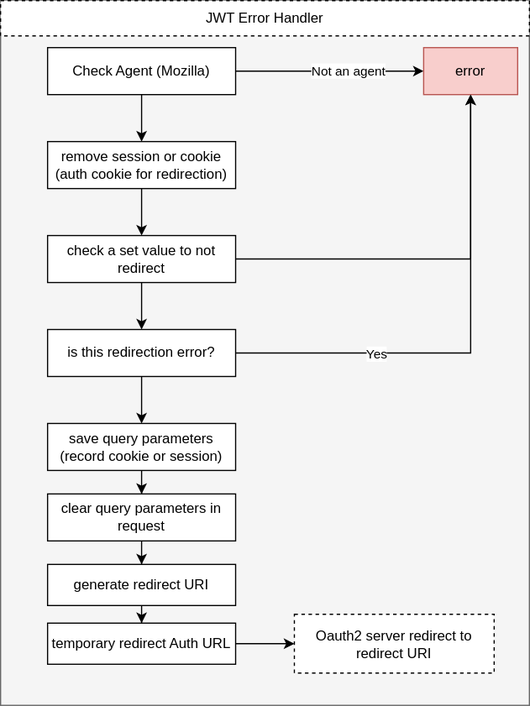
Earlier version of the draw.io export docs/redirection-flow.svg (worldline-go/auth). Source tidied: cells renumbered, new cells last; positions are measured from the earlier drawing's top-left corner, leaving out a move shared by most shapes.
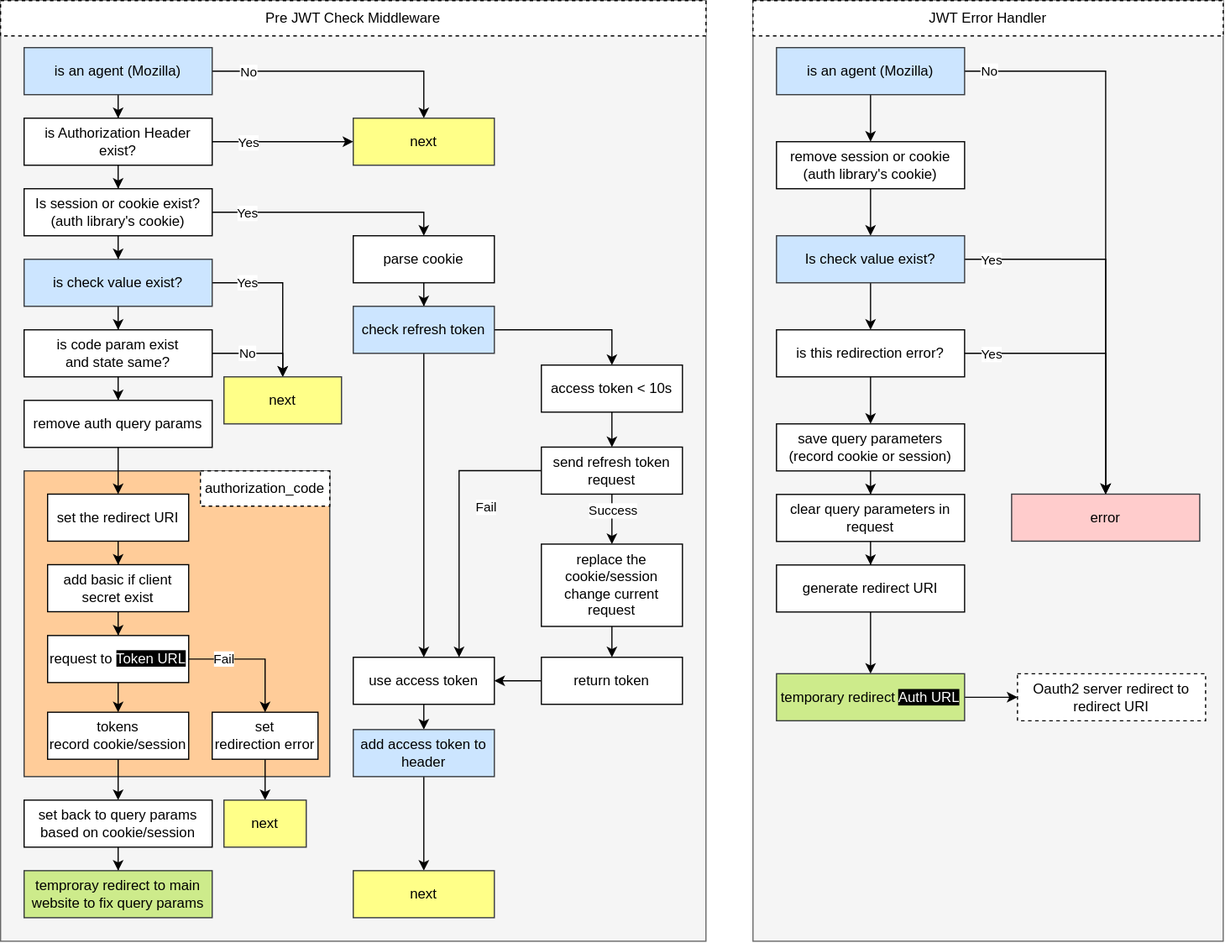
After the change.

Commit message:
chore: updated flow diagram

Diff of the diagram source:
```diff
@@ -2,45 +2,64 @@
   <root>
     <mxCell id="0" />
     <mxCell id="1" parent="0" />
+    <mxCell id="27" style="rounded=0;whiteSpace=wrap;html=1;fillColor=#f5f5f5;fontColor=#333333;strokeColor=#666666;" parent="1" vertex="1">
+      <mxGeometry x="-620" width="600" height="800" as="geometry" />
+    </mxCell>
+    <mxCell id="28" style="rounded=0;whiteSpace=wrap;html=1;fillColor=#ffcc99;strokeColor=#36393d;" parent="1" vertex="1">
+      <mxGeometry x="-600" y="400" width="260" height="260" as="geometry" />
+    </mxCell>
     <mxCell id="2" style="rounded=0;whiteSpace=wrap;html=1;fillColor=#f5f5f5;fontColor=#333333;strokeColor=#666666;" parent="1" vertex="1">
-      <mxGeometry width="450" height="600" as="geometry" />
+      <mxGeometry x="20" width="400" height="800" as="geometry" />
     </mxCell>
-    <mxCell id="3" style="edgeStyle=orthogonalEdgeStyle;rounded=0;jettySize=auto;html=1;entryX=0;entryY=0.5;entryDx=0;entryDy=0;" parent="1" edge="1" source="6" target="7">
+    <mxCell id="3" style="edgeStyle=orthogonalEdgeStyle;rounded=0;jettySize=auto;html=1;entryX=0.5;entryY=0;entryDx=0;entryDy=0;" parent="1" edge="1" source="6" target="7">
       <mxGeometry relative="1" as="geometry" />
     </mxCell>
-    <mxCell id="4" value="Not an agent" style="edgeLabel;html=1;align=center;verticalAlign=middle;" parent="3" vertex="1">
-      <mxGeometry x="0.19" y="1" relative="1" as="geometry" />
-    </mxCell>
+    <mxCell id="29" value="No" style="edgeLabel;html=1;align=center;verticalAlign=middle;" parent="3" vertex="1">
+      <mxGeometry x="-0.1" y="3" relative="1" as="geometry">
+        <mxPoint x="-103" y="-97" as="offset" />
+      </mxGeometry>
+    </mxCell>
     <mxCell id="5" style="edgeStyle=orthogonalEdgeStyle;rounded=0;jettySize=auto;html=1;entryX=0.5;entryY=0;entryDx=0;entryDy=0;" parent="1" edge="1" source="6" target="9">
       <mxGeometry relative="1" as="geometry" />
     </mxCell>
-    <mxCell id="6" value="Check Agent (Mozilla)" style="rounded=0;whiteSpace=wrap;html=1;" parent="1" vertex="1">
+    <mxCell id="6" value="is an agent (Mozilla)" style="rounded=0;whiteSpace=wrap;html=1;fillColor=#cce5ff;strokeColor=#36393d;" parent="1" vertex="1">
       <mxGeometry x="40" y="40" width="160" height="40" as="geometry" />
     </mxCell>
-    <mxCell id="7" value="error" style="rounded=0;whiteSpace=wrap;html=1;fillColor=#f8cecc;strokeColor=#b85450;" parent="1" vertex="1">
-      <mxGeometry x="360" y="40" width="80" height="40" as="geometry" />
+    <mxCell id="7" value="error" style="rounded=0;whiteSpace=wrap;html=1;fillColor=#ffcccc;strokeColor=#36393d;" parent="1" vertex="1">
+      <mxGeometry x="240" y="419.8" width="160" height="40" as="geometry" />
     </mxCell>
     <mxCell id="8" style="edgeStyle=orthogonalEdgeStyle;rounded=0;jettySize=auto;html=1;entryX=0.5;entryY=0;entryDx=0;entryDy=0;" parent="1" edge="1" source="9" target="12">
       <mxGeometry relative="1" as="geometry" />
     </mxCell>
-    <mxCell id="9" value="remove session or cookie&lt;br&gt;(auth cookie for redirection)" style="rounded=0;whiteSpace=wrap;html=1;" parent="1" vertex="1">
+    <mxCell id="9" value="remove session or cookie&lt;br&gt;(auth library's cookie)" style="rounded=0;whiteSpace=wrap;html=1;" parent="1" vertex="1">
       <mxGeometry x="40" y="120" width="160" height="40" as="geometry" />
     </mxCell>
-    <mxCell id="10" style="edgeStyle=orthogonalEdgeStyle;rounded=0;jettySize=auto;html=1;entryX=0.5;entryY=1;entryDx=0;entryDy=0;" parent="1" edge="1" source="12" target="7">
+    <mxCell id="10" style="edgeStyle=orthogonalEdgeStyle;rounded=0;jettySize=auto;html=1;entryX=0.5;entryY=0;entryDx=0;entryDy=0;" parent="1" edge="1" source="12" target="7">
       <mxGeometry relative="1" as="geometry" />
     </mxCell>
+    <mxCell id="30" value="Yes" style="edgeLabel;html=1;align=center;verticalAlign=middle;" parent="10" vertex="1">
+      <mxGeometry x="-0.76" y="-3" relative="1" as="geometry">
+        <mxPoint x="-16" y="-3" as="offset" />
+      </mxGeometry>
+    </mxCell>
     <mxCell id="11" style="edgeStyle=orthogonalEdgeStyle;rounded=0;jettySize=auto;html=1;entryX=0.5;entryY=0;entryDx=0;entryDy=0;" parent="1" edge="1" source="12" target="16">
       <mxGeometry relative="1" as="geometry" />
     </mxCell>
-    <mxCell id="12" value="check a set value to not redirect" style="rounded=0;whiteSpace=wrap;html=1;" parent="1" vertex="1">
+    <mxCell id="12" value="Is check value exist?" style="rounded=0;whiteSpace=wrap;html=1;fillColor=#cce5ff;strokeColor=#36393d;" parent="1" vertex="1">
       <mxGeometry x="40" y="200" width="160" height="40" as="geometry" />
     </mxCell>
-    <mxCell id="13" style="edgeStyle=orthogonalEdgeStyle;rounded=0;jettySize=auto;html=1;entryX=0.5;entryY=1;entryDx=0;entryDy=0;" parent="1" edge="1" source="16" target="7">
-      <mxGeometry relative="1" as="geometry" />
+    <mxCell id="13" style="edgeStyle=orthogonalEdgeStyle;rounded=0;jettySize=auto;html=1;entryX=0.5;entryY=0;entryDx=0;entryDy=0;" parent="1" edge="1" source="16" target="7">
+      <mxGeometry x="-0.52" relative="1" as="geometry">
+        <Array as="points">
+          <mxPoint x="320" y="300" />
+        </Array>
+      </mxGeometry>
     </mxCell>
-    <mxCell id="14" value="Yes" style="edgeLabel;html=1;align=center;verticalAlign=middle;" parent="13" vertex="1">
-      <mxGeometry x="-0.43" relative="1" as="geometry" />
-    </mxCell>
+    <mxCell id="31" value="Yes" style="edgeLabel;html=1;align=center;verticalAlign=middle;" parent="13" vertex="1">
+      <mxGeometry x="-0.63" y="-3" relative="1" as="geometry">
+        <mxPoint x="-21" y="-3" as="offset" />
+      </mxGeometry>
+    </mxCell>
     <mxCell id="15" style="edgeStyle=orthogonalEdgeStyle;rounded=0;jettySize=auto;html=1;entryX=0.5;entryY=0;entryDx=0;entryDy=0;" parent="1" edge="1" source="16" target="18">
       <mxGeometry relative="1" as="geometry" />
     </mxCell>
@@ -63,19 +82,211 @@
       <mxGeometry relative="1" as="geometry" />
     </mxCell>
     <mxCell id="22" value="generate redirect URI" style="rounded=0;whiteSpace=wrap;html=1;" parent="1" vertex="1">
-      <mxGeometry x="40" y="480" width="160" height="35" as="geometry" />
+      <mxGeometry x="40" y="480" width="160" height="40" as="geometry" />
     </mxCell>
     <mxCell id="23" style="edgeStyle=orthogonalEdgeStyle;rounded=0;jettySize=auto;html=1;entryX=0;entryY=0.5;entryDx=0;entryDy=0;" parent="1" edge="1" source="24" target="26">
       <mxGeometry relative="1" as="geometry" />
     </mxCell>
-    <mxCell id="24" value="temporary redirect Auth URL" style="rounded=0;whiteSpace=wrap;html=1;" parent="1" vertex="1">
-      <mxGeometry x="40" y="530" width="160" height="35" as="geometry" />
+    <mxCell id="24" value="temporary redirect &lt;font style=&quot;background-color: rgb(0, 0, 0);&quot; color=&quot;#ffffff&quot;&gt;Auth URL&lt;/font&gt;" style="rounded=0;whiteSpace=wrap;html=1;fillColor=#cdeb8b;strokeColor=#36393d;" parent="1" vertex="1">
+      <mxGeometry x="40" y="572.5" width="160" height="40" as="geometry" />
     </mxCell>
     <mxCell id="25" value="JWT Error Handler" style="rounded=0;whiteSpace=wrap;html=1;dashed=1;" parent="1" vertex="1">
-      <mxGeometry width="450" height="30" as="geometry" />
+      <mxGeometry x="20" width="400" height="30" as="geometry" />
     </mxCell>
     <mxCell id="26" value="Oauth2 server redirect to redirect URI" style="rounded=0;whiteSpace=wrap;html=1;dashed=1;" parent="1" vertex="1">
-      <mxGeometry x="250" y="522.5" width="170" height="50" as="geometry" />
+      <mxGeometry x="245" y="572.5" width="160" height="40" as="geometry" />
     </mxCell>
+    <mxCell id="32" style="edgeStyle=orthogonalEdgeStyle;rounded=0;jettySize=auto;html=1;entryX=0.5;entryY=0;entryDx=0;entryDy=0;" parent="1" edge="1" source="35" target="40">
+      <mxGeometry relative="1" as="geometry" />
+    </mxCell>
+    <mxCell id="33" style="edgeStyle=orthogonalEdgeStyle;rounded=0;jettySize=auto;html=1;" parent="1" edge="1" source="35" target="36">
+      <mxGeometry relative="1" as="geometry" />
+    </mxCell>
+    <mxCell id="34" value="No" style="edgeLabel;html=1;align=center;verticalAlign=middle;" parent="33" vertex="1">
+      <mxGeometry x="-0.1" y="-2" relative="1" as="geometry">
+        <mxPoint x="-68" y="-2" as="offset" />
+      </mxGeometry>
+    </mxCell>
+    <mxCell id="35" value="is an agent (Mozilla)" style="rounded=0;whiteSpace=wrap;html=1;fillColor=#cce5ff;strokeColor=#36393d;" parent="1" vertex="1">
+      <mxGeometry x="-600" y="40" width="160" height="40" as="geometry" />
+    </mxCell>
+    <mxCell id="36" value="next" style="rounded=0;whiteSpace=wrap;html=1;fillColor=#ffff88;strokeColor=#36393d;" parent="1" vertex="1">
+      <mxGeometry x="-320" y="100" width="120" height="40" as="geometry" />
+    </mxCell>
+    <mxCell id="37" style="edgeStyle=orthogonalEdgeStyle;rounded=0;jettySize=auto;html=1;entryX=0.5;entryY=0;entryDx=0;entryDy=0;" parent="1" edge="1" source="40" target="44">
+      <mxGeometry relative="1" as="geometry" />
+    </mxCell>
+    <mxCell id="38" style="edgeStyle=orthogonalEdgeStyle;rounded=0;jettySize=auto;html=1;entryX=0;entryY=0.5;entryDx=0;entryDy=0;" parent="1" edge="1" source="40" target="36">
+      <mxGeometry relative="1" as="geometry" />
+    </mxCell>
+    <mxCell id="39" value="Yes" style="edgeLabel;html=1;align=center;verticalAlign=middle;" parent="38" vertex="1">
+      <mxGeometry x="-0.15" relative="1" as="geometry">
+        <mxPoint x="-21" as="offset" />
+      </mxGeometry>
+    </mxCell>
+    <mxCell id="40" value="is Authorization Header exist?" style="rounded=0;whiteSpace=wrap;html=1;" parent="1" vertex="1">
+      <mxGeometry x="-600" y="100" width="160" height="40" as="geometry" />
+    </mxCell>
+    <mxCell id="41" style="edgeStyle=orthogonalEdgeStyle;rounded=0;jettySize=auto;html=1;entryX=0.5;entryY=0;entryDx=0;entryDy=0;exitX=1;exitY=0.5;exitDx=0;exitDy=0;" parent="1" edge="1" source="44" target="46">
+      <mxGeometry relative="1" as="geometry" />
+    </mxCell>
+    <mxCell id="42" value="Yes" style="edgeLabel;html=1;align=center;verticalAlign=middle;" parent="41" vertex="1">
+      <mxGeometry x="-0.23" y="2" relative="1" as="geometry">
+        <mxPoint x="-48" y="2" as="offset" />
+      </mxGeometry>
+    </mxCell>
+    <mxCell id="43" style="edgeStyle=orthogonalEdgeStyle;rounded=0;jettySize=auto;html=1;entryX=0.5;entryY=0;entryDx=0;entryDy=0;" parent="1" edge="1" source="44" target="68">
+      <mxGeometry relative="1" as="geometry" />
+    </mxCell>
+    <mxCell id="44" value="Is session or cookie exist?&lt;br&gt;(auth library's cookie)" style="rounded=0;whiteSpace=wrap;html=1;" parent="1" vertex="1">
+      <mxGeometry x="-600" y="160" width="160" height="40" as="geometry" />
+    </mxCell>
+    <mxCell id="45" style="edgeStyle=orthogonalEdgeStyle;rounded=0;jettySize=auto;html=1;entryX=0.5;entryY=0;entryDx=0;entryDy=0;" parent="1" edge="1" source="46" target="49">
+      <mxGeometry relative="1" as="geometry" />
+    </mxCell>
+    <mxCell id="46" value="parse cookie" style="rounded=0;whiteSpace=wrap;html=1;" parent="1" vertex="1">
+      <mxGeometry x="-320" y="200" width="120" height="40" as="geometry" />
+    </mxCell>
+    <mxCell id="47" style="edgeStyle=orthogonalEdgeStyle;rounded=0;jettySize=auto;html=1;entryX=0.5;entryY=0;entryDx=0;entryDy=0;" parent="1" edge="1" source="49" target="51">
+      <mxGeometry relative="1" as="geometry" />
+    </mxCell>
+    <mxCell id="48" style="edgeStyle=orthogonalEdgeStyle;rounded=0;jettySize=auto;html=1;entryX=0.5;entryY=0;entryDx=0;entryDy=0;" parent="1" edge="1" source="49" target="62">
+      <mxGeometry relative="1" as="geometry" />
+    </mxCell>
+    <mxCell id="49" value="check refresh token" style="rounded=0;whiteSpace=wrap;html=1;fillColor=#cce5ff;strokeColor=#36393d;" parent="1" vertex="1">
+      <mxGeometry x="-320" y="260" width="120" height="40" as="geometry" />
+    </mxCell>
+    <mxCell id="50" style="edgeStyle=orthogonalEdgeStyle;rounded=0;jettySize=auto;html=1;entryX=0.5;entryY=0;entryDx=0;entryDy=0;" parent="1" edge="1" source="51" target="56">
+      <mxGeometry relative="1" as="geometry" />
+    </mxCell>
+    <mxCell id="51" value="access token &amp;lt; 10s" style="rounded=0;whiteSpace=wrap;html=1;" parent="1" vertex="1">
+      <mxGeometry x="-160" y="310" width="120" height="40" as="geometry" />
+    </mxCell>
+    <mxCell id="52" style="edgeStyle=orthogonalEdgeStyle;rounded=0;jettySize=auto;html=1;entryX=0.5;entryY=0;entryDx=0;entryDy=0;" parent="1" edge="1" source="56" target="58">
+      <mxGeometry relative="1" as="geometry" />
+    </mxCell>
+    <mxCell id="53" value="Success" style="edgeLabel;html=1;align=center;verticalAlign=middle;" parent="52" vertex="1">
+      <mxGeometry x="-0.33" relative="1" as="geometry" />
+    </mxCell>
+    <mxCell id="54" style="edgeStyle=orthogonalEdgeStyle;rounded=0;jettySize=auto;html=1;entryX=0.75;entryY=0;entryDx=0;entryDy=0;" parent="1" edge="1" source="56" target="62">
+      <mxGeometry relative="1" as="geometry" />
+    </mxCell>
+    <mxCell id="55" value="Fail" style="edgeLabel;html=1;align=center;verticalAlign=middle;" parent="54" vertex="1">
+      <mxGeometry x="-0.13" y="-1" relative="1" as="geometry">
+        <mxPoint x="23" y="1" as="offset" />
+      </mxGeometry>
+    </mxCell>
+    <mxCell id="56" value="send refresh token request" style="rounded=0;whiteSpace=wrap;html=1;" parent="1" vertex="1">
+      <mxGeometry x="-160" y="379.8" width="120" height="40" as="geometry" />
+    </mxCell>
+    <mxCell id="57" style="edgeStyle=orthogonalEdgeStyle;rounded=0;jettySize=auto;html=1;entryX=0.5;entryY=0;entryDx=0;entryDy=0;" parent="1" edge="1" source="58" target="60">
+      <mxGeometry relative="1" as="geometry" />
+    </mxCell>
+    <mxCell id="58" value="replace the cookie/session&lt;br&gt;change current request" style="rounded=0;whiteSpace=wrap;html=1;" parent="1" vertex="1">
+      <mxGeometry x="-160" y="462.2" width="120" height="70" as="geometry" />
+    </mxCell>
+    <mxCell id="59" style="edgeStyle=orthogonalEdgeStyle;rounded=0;jettySize=auto;html=1;entryX=1;entryY=0.5;entryDx=0;entryDy=0;" parent="1" edge="1" source="60" target="62">
+      <mxGeometry relative="1" as="geometry" />
+    </mxCell>
+    <mxCell id="60" value="return token" style="rounded=0;whiteSpace=wrap;html=1;" parent="1" vertex="1">
+      <mxGeometry x="-160" y="558.5" width="120" height="40" as="geometry" />
+    </mxCell>
+    <mxCell id="61" style="edgeStyle=orthogonalEdgeStyle;rounded=0;jettySize=auto;html=1;entryX=0.5;entryY=0;entryDx=0;entryDy=0;" parent="1" edge="1" source="62" target="64">
+      <mxGeometry relative="1" as="geometry" />
+    </mxCell>
+    <mxCell id="62" value="use access token" style="rounded=0;whiteSpace=wrap;html=1;" parent="1" vertex="1">
+      <mxGeometry x="-320" y="558.5" width="120" height="40" as="geometry" />
+    </mxCell>
+    <mxCell id="63" style="edgeStyle=orthogonalEdgeStyle;rounded=0;jettySize=auto;html=1;entryX=0.5;entryY=0;entryDx=0;entryDy=0;" parent="1" edge="1" source="64" target="65">
+      <mxGeometry relative="1" as="geometry" />
+    </mxCell>
+    <mxCell id="64" value="add access token to header" style="rounded=0;whiteSpace=wrap;html=1;fillColor=#cce5ff;strokeColor=#36393d;" parent="1" vertex="1">
+      <mxGeometry x="-320" y="620" width="120" height="40" as="geometry" />
+    </mxCell>
+    <mxCell id="65" value="next" style="rounded=0;whiteSpace=wrap;html=1;fillColor=#ffff88;strokeColor=#36393d;" parent="1" vertex="1">
+      <mxGeometry x="-320" y="740" width="120" height="40" as="geometry" />
+    </mxCell>
+    <mxCell id="66" value="Yes" style="edgeStyle=orthogonalEdgeStyle;rounded=0;jettySize=auto;html=1;entryX=0.5;entryY=0;entryDx=0;entryDy=0;" parent="1" edge="1" source="68" target="74">
+      <mxGeometry x="-0.57" relative="1" as="geometry" />
+    </mxCell>
+    <mxCell id="67" style="edgeStyle=orthogonalEdgeStyle;rounded=0;jettySize=auto;html=1;entryX=0.5;entryY=0;entryDx=0;entryDy=0;" parent="1" edge="1" source="68" target="71">
+      <mxGeometry relative="1" as="geometry" />
+    </mxCell>
+    <mxCell id="68" value="is check value exist?" style="rounded=0;whiteSpace=wrap;html=1;fillColor=#cce5ff;strokeColor=#36393d;" parent="1" vertex="1">
+      <mxGeometry x="-600" y="220" width="160" height="40" as="geometry" />
+    </mxCell>
+    <mxCell id="69" value="No" style="edgeStyle=orthogonalEdgeStyle;rounded=0;jettySize=auto;html=1;entryX=0.5;entryY=0;entryDx=0;entryDy=0;" parent="1" edge="1" source="71" target="74">
+      <mxGeometry x="-0.25" relative="1" as="geometry">
+        <Array as="points">
+          <mxPoint x="-380" y="300" />
+        </Array>
+      </mxGeometry>
+    </mxCell>
+    <mxCell id="70" style="edgeStyle=orthogonalEdgeStyle;rounded=0;jettySize=auto;html=1;entryX=0.5;entryY=0;entryDx=0;entryDy=0;" parent="1" edge="1" source="71" target="73">
+      <mxGeometry relative="1" as="geometry" />
+    </mxCell>
+    <mxCell id="71" value="is code param exist&lt;br&gt;and state same?" style="rounded=0;whiteSpace=wrap;html=1;" parent="1" vertex="1">
+      <mxGeometry x="-600" y="280" width="160" height="40" as="geometry" />
+    </mxCell>
+    <mxCell id="72" style="edgeStyle=orthogonalEdgeStyle;rounded=0;jettySize=auto;html=1;entryX=0.5;entryY=0;entryDx=0;entryDy=0;" parent="1" edge="1" source="73" target="76">
+      <mxGeometry relative="1" as="geometry" />
+    </mxCell>
+    <mxCell id="73" value="remove auth query params" style="rounded=0;whiteSpace=wrap;html=1;" parent="1" vertex="1">
+      <mxGeometry x="-600" y="340" width="160" height="40" as="geometry" />
+    </mxCell>
+    <mxCell id="74" value="next" style="rounded=0;whiteSpace=wrap;html=1;fillColor=#ffff88;strokeColor=#36393d;" parent="1" vertex="1">
+      <mxGeometry x="-430" y="320" width="100" height="40" as="geometry" />
+    </mxCell>
+    <mxCell id="75" style="edgeStyle=orthogonalEdgeStyle;rounded=0;jettySize=auto;html=1;" parent="1" edge="1" source="76" target="78">
+      <mxGeometry relative="1" as="geometry" />
+    </mxCell>
+    <mxCell id="76" value="set the redirect URI" style="rounded=0;whiteSpace=wrap;html=1;" parent="1" vertex="1">
+      <mxGeometry x="-580" y="419.8" width="120" height="40" as="geometry" />
+    </mxCell>
+    <mxCell id="77" style="edgeStyle=orthogonalEdgeStyle;rounded=0;jettySize=auto;html=1;entryX=0.5;entryY=0;entryDx=0;entryDy=0;" parent="1" edge="1" source="78" target="81">
+      <mxGeometry relative="1" as="geometry" />
+    </mxCell>
+    <mxCell id="78" value="add basic if client secret exist" style="rounded=0;whiteSpace=wrap;html=1;" parent="1" vertex="1">
+      <mxGeometry x="-580" y="479.8" width="120" height="40" as="geometry" />
+    </mxCell>
+    <mxCell id="79" value="Fail" style="edgeStyle=orthogonalEdgeStyle;rounded=0;jettySize=auto;html=1;entryX=0.5;entryY=0;entryDx=0;entryDy=0;exitX=1;exitY=0.5;exitDx=0;exitDy=0;" parent="1" edge="1" source="81" target="83">
+      <mxGeometry x="-0.46" relative="1" as="geometry" />
+    </mxCell>
+    <mxCell id="80" style="edgeStyle=orthogonalEdgeStyle;rounded=0;jettySize=auto;html=1;entryX=0.5;entryY=0;entryDx=0;entryDy=0;" parent="1" edge="1" source="81" target="85">
+      <mxGeometry relative="1" as="geometry" />
+    </mxCell>
+    <mxCell id="81" value="request to &lt;span style=&quot;background-color: rgb(0, 0, 0);&quot;&gt;&lt;font color=&quot;#ffffff&quot;&gt;Token URL&lt;/font&gt;&lt;/span&gt;" style="rounded=0;whiteSpace=wrap;html=1;" parent="1" vertex="1">
+      <mxGeometry x="-580" y="540" width="120" height="40" as="geometry" />
+    </mxCell>
+    <mxCell id="82" style="edgeStyle=orthogonalEdgeStyle;rounded=0;jettySize=auto;html=1;entryX=0.5;entryY=0;entryDx=0;entryDy=0;" parent="1" edge="1" source="83" target="89">
+      <mxGeometry relative="1" as="geometry" />
+    </mxCell>
+    <mxCell id="83" value="set&lt;br&gt;redirection error" style="rounded=0;whiteSpace=wrap;html=1;" parent="1" vertex="1">
+      <mxGeometry x="-440" y="605.2" width="90" height="40" as="geometry" />
+    </mxCell>
+    <mxCell id="84" style="edgeStyle=orthogonalEdgeStyle;rounded=0;jettySize=auto;html=1;entryX=0.5;entryY=0;entryDx=0;entryDy=0;" parent="1" edge="1" source="85" target="88">
+      <mxGeometry relative="1" as="geometry" />
+    </mxCell>
+    <mxCell id="85" value="tokens&lt;br&gt;record cookie/session" style="rounded=0;whiteSpace=wrap;html=1;" parent="1" vertex="1">
+      <mxGeometry x="-580" y="605.2" width="120" height="40" as="geometry" />
+    </mxCell>
+    <mxCell id="86" value="authorization_code" style="rounded=0;whiteSpace=wrap;html=1;dashed=1;" parent="1" vertex="1">
+      <mxGeometry x="-450" y="400" width="110" height="30" as="geometry" />
+    </mxCell>
+    <mxCell id="87" style="edgeStyle=orthogonalEdgeStyle;rounded=0;jettySize=auto;html=1;entryX=0.5;entryY=0;entryDx=0;entryDy=0;" parent="1" edge="1" source="88" target="90">
+      <mxGeometry relative="1" as="geometry" />
+    </mxCell>
+    <mxCell id="88" value="set back to query params&lt;br&gt;based on cookie/session" style="rounded=0;whiteSpace=wrap;html=1;" parent="1" vertex="1">
+      <mxGeometry x="-600" y="680" width="160" height="40" as="geometry" />
+    </mxCell>
+    <mxCell id="89" value="next" style="rounded=0;whiteSpace=wrap;html=1;fillColor=#ffff88;strokeColor=#36393d;" parent="1" vertex="1">
+      <mxGeometry x="-430" y="680" width="70" height="40" as="geometry" />
+    </mxCell>
+    <mxCell id="90" value="temproray redirect to main website to fix query params" style="rounded=0;whiteSpace=wrap;html=1;fillColor=#cdeb8b;strokeColor=#36393d;" parent="1" vertex="1">
+      <mxGeometry x="-600" y="740" width="160" height="40" as="geometry" />
+    </mxCell>
+    <mxCell id="91" value="Pre JWT Check Middleware" style="rounded=0;whiteSpace=wrap;html=1;dashed=1;" parent="1" vertex="1">
+      <mxGeometry x="-620" width="600" height="30" as="geometry" />
+    </mxCell>
   </root>
 </mxGraphModel>
```
